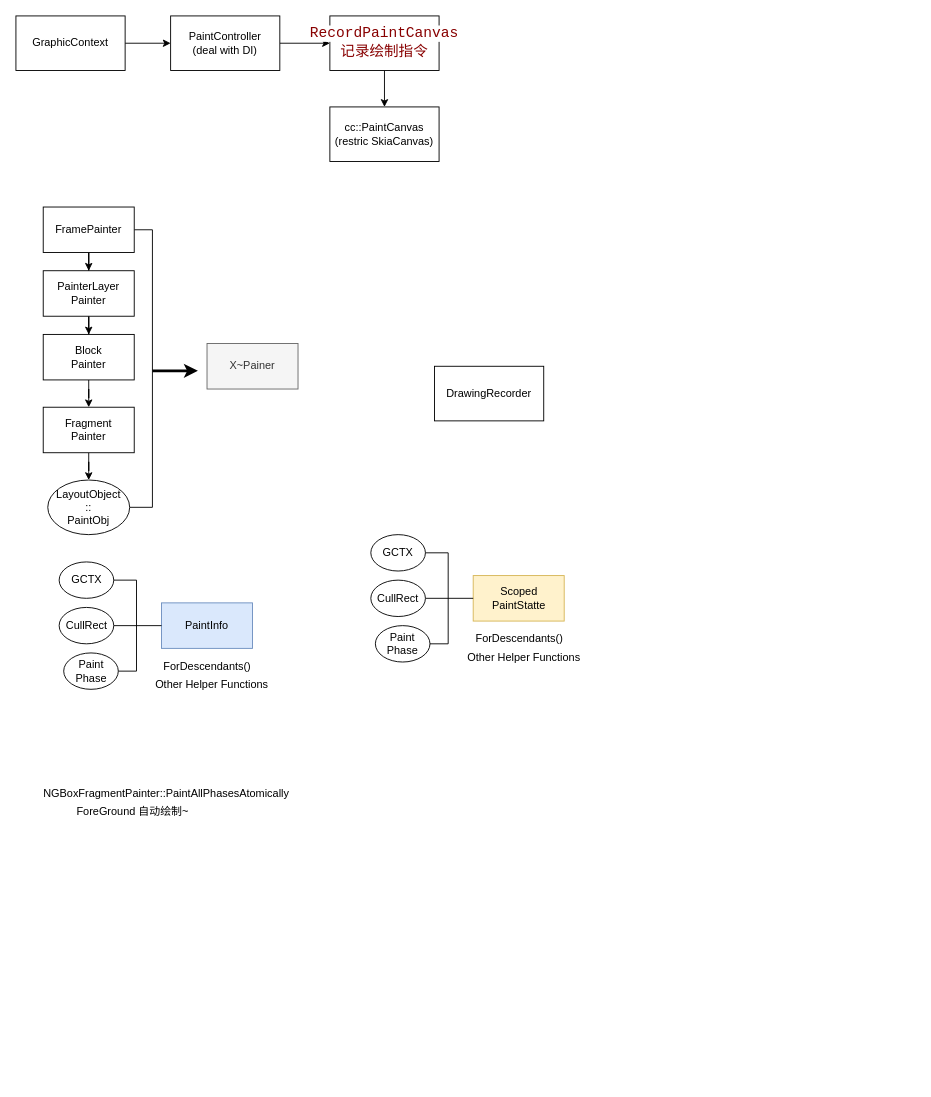
This is page "Painter" (6 of 6) of blink_cc.drawio from trancx/blog, a draw.io file, before an edit. Source tidied: cells renumbered, new cells numbered last; positions are measured from the earlier drawing's top-left corner, leaving out a move shared by most shapes. Both pictures are drawn from the tidied source at 91%, with x=0, y=0 at pixel (15, 15).
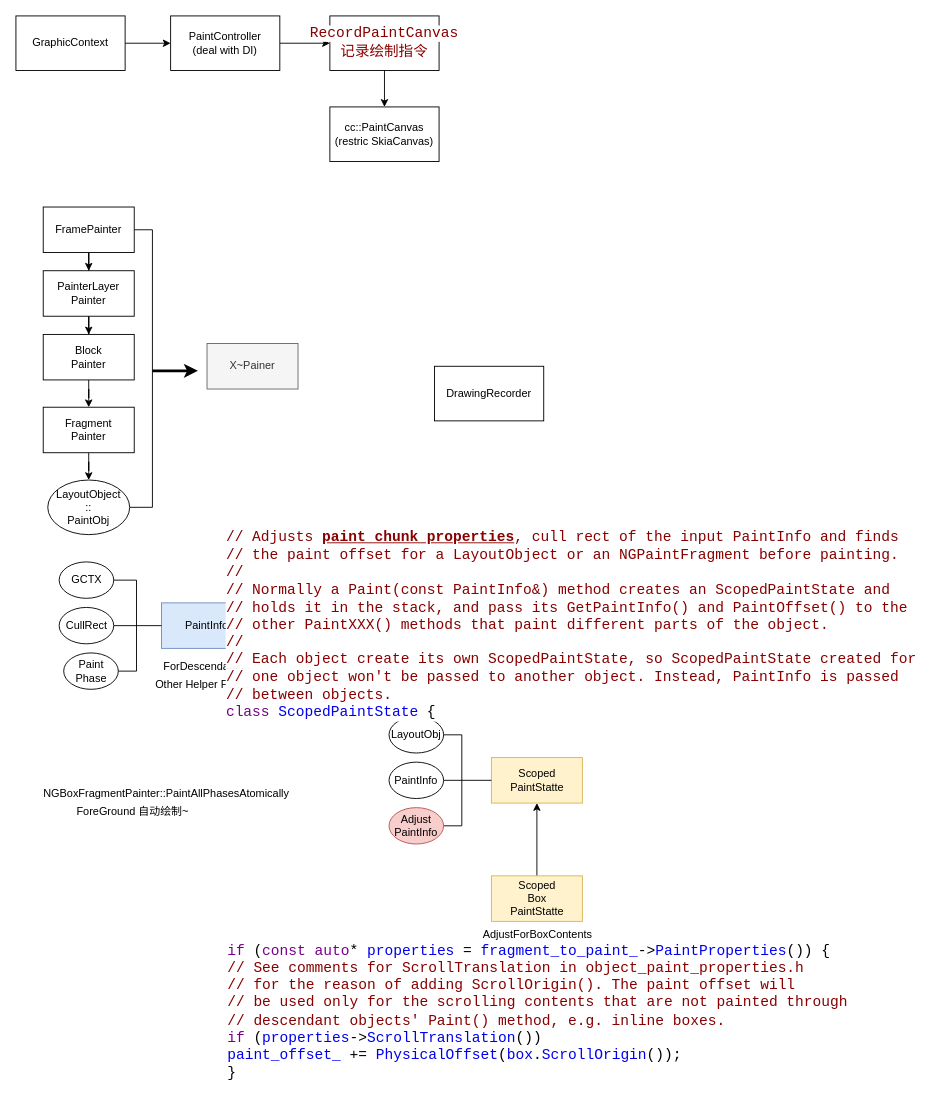
The same page after the edit.

Change to the diagram source:
```diff
@@
+    <mxCell id="40" style="edgeStyle=orthogonalEdgeStyle;rounded=0;jettySize=auto;html=1;fontFamily=Helvetica;fontSize=12;fontColor=default;endArrow=none;endFill=0;startArrow=classic;startFill=1;" parent="1" edge="1" source="32" target="42">
+      <mxGeometry relative="1" as="geometry" />
+    </mxCell>
     <mxCell id="32" value="Scoped&lt;br&gt;PaintStatte" style="whiteSpace=wrap;html=1;fillColor=#fff2cc;strokeColor=#d6b656;" parent="1" vertex="1">
-      <mxGeometry x="502.5" y="615" width="100" height="50" as="geometry" />
+      <mxGeometry x="522.5" y="815" width="100" height="50" as="geometry" />
     </mxCell>
@@
-    <mxCell id="34" value="GCTX" style="ellipse;whiteSpace=wrap;html=1;" parent="1" vertex="1">
-      <mxGeometry x="390" y="570" width="60" height="40" as="geometry" />
+    <mxCell id="34" value="LayoutObj" style="ellipse;whiteSpace=wrap;html=1;" parent="1" vertex="1">
+      <mxGeometry x="410" y="770" width="60" height="40" as="geometry" />
     </mxCell>
@@
-    <mxCell id="36" value="CullRect" style="ellipse;whiteSpace=wrap;html=1;" parent="1" vertex="1">
-      <mxGeometry x="390" y="620" width="60" height="40" as="geometry" />
+    <mxCell id="36" value="PaintInfo" style="ellipse;whiteSpace=wrap;html=1;" parent="1" vertex="1">
+      <mxGeometry x="410" y="820" width="60" height="40" as="geometry" />
     </mxCell>
-    <mxCell id="37" value="Paint&lt;br&gt;Phase" style="ellipse;whiteSpace=wrap;html=1;" parent="1" vertex="1">
-      <mxGeometry x="395" y="670" width="60" height="40" as="geometry" />
+    <mxCell id="37" value="Adjust&lt;br&gt;PaintInfo" style="ellipse;whiteSpace=wrap;html=1;fillColor=#f8cecc;strokeColor=#b85450;" parent="1" vertex="1">
+      <mxGeometry x="410" y="870" width="60" height="40" as="geometry" />
     </mxCell>
-    <mxCell id="38" value="ForDescendants()" style="text;html=1;align=center;verticalAlign=middle;strokeColor=none;fillColor=none;fontSize=12;fontFamily=Helvetica;fontColor=default;" parent="1" vertex="1">
-      <mxGeometry x="492.5" y="670" width="120" height="30" as="geometry" />
-    </mxCell>
-    <mxCell id="39" value="Other Helper Functions" style="text;html=1;align=center;verticalAlign=middle;strokeColor=none;fillColor=none;fontSize=12;fontFamily=Helvetica;fontColor=default;" parent="1" vertex="1">
-      <mxGeometry x="482.5" y="690" width="150" height="30" as="geometry" />
-    </mxCell>
+    <mxCell id="41" value="&lt;div style=&quot;margin: 0px; padding: 0px; box-sizing: border-box; border-color: var(--border); font-family: monospace; font-size: medium; text-align: start; background-color: rgb(255, 255, 255);&quot;&gt;&lt;span style=&quot;margin: 0px; padding: 0px; box-sizing: border-box; border-color: var(--border); color: rgb(136, 0, 0);&quot; class=&quot;cm-comment&quot;&gt;// Adjusts &lt;b&gt;&lt;u&gt;paint chunk properties&lt;/u&gt;&lt;/b&gt;, cull rect of the input PaintInfo and finds&lt;/span&gt;&lt;br&gt;&lt;/div&gt;&lt;div style=&quot;margin: 0px; padding: 0px; box-sizing: border-box; border-color: var(--border); font-family: monospace; font-size: medium; text-align: start; background-color: rgb(255, 255, 255);&quot;&gt;&lt;span style=&quot;margin: 0px; padding: 0px; box-sizing: border-box; border-color: var(--border); color: rgb(136, 0, 0);&quot; class=&quot;cm-comment&quot;&gt;// the paint offset for a LayoutObject or an NGPaintFragment before painting.&lt;/span&gt;&lt;br&gt;&lt;/div&gt;&lt;div style=&quot;margin: 0px; padding: 0px; box-sizing: border-box; border-color: var(--border); font-family: monospace; font-size: medium; text-align: start; background-color: rgb(255, 255, 255);&quot;&gt;&lt;span style=&quot;margin: 0px; padding: 0px; box-sizing: border-box; border-color: var(--border); color: rgb(136, 0, 0);&quot; class=&quot;cm-comment&quot;&gt;//&lt;/span&gt;&lt;br&gt;&lt;/div&gt;&lt;div style=&quot;margin: 0px; padding: 0px; box-sizing: border-box; border-color: var(--border); font-family: monospace; font-size: medium; text-align: start; background-color: rgb(255, 255, 255);&quot;&gt;&lt;span style=&quot;margin: 0px; padding: 0px; box-sizing: border-box; border-color: var(--border); color: rgb(136, 0, 0);&quot; class=&quot;cm-comment&quot;&gt;// Normally a Paint(const PaintInfo&amp;amp;) method creates an ScopedPaintState and&lt;/span&gt;&lt;br&gt;&lt;/div&gt;&lt;div style=&quot;margin: 0px; padding: 0px; box-sizing: border-box; border-color: var(--border); font-family: monospace; font-size: medium; text-align: start; background-color: rgb(255, 255, 255);&quot;&gt;&lt;span style=&quot;margin: 0px; padding: 0px; box-sizing: border-box; border-color: var(--border); color: rgb(136, 0, 0);&quot; class=&quot;cm-comment&quot;&gt;// holds it in the stack, and pass its GetPaintInfo() and PaintOffset() to the&lt;/span&gt;&lt;br&gt;&lt;/div&gt;&lt;div style=&quot;margin: 0px; padding: 0px; box-sizing: border-box; border-color: var(--border); font-family: monospace; font-size: medium; text-align: start; background-color: rgb(255, 255, 255);&quot;&gt;&lt;span style=&quot;margin: 0px; padding: 0px; box-sizing: border-box; border-color: var(--border); color: rgb(136, 0, 0);&quot; class=&quot;cm-comment&quot;&gt;// other PaintXXX() methods that paint different parts of the object.&lt;/span&gt;&lt;br&gt;&lt;/div&gt;&lt;div style=&quot;margin: 0px; padding: 0px; box-sizing: border-box; border-color: var(--border); font-family: monospace; font-size: medium; text-align: start; background-color: rgb(255, 255, 255);&quot;&gt;&lt;span style=&quot;margin: 0px; padding: 0px; box-sizing: border-box; border-color: var(--border); color: rgb(136, 0, 0);&quot; class=&quot;cm-comment&quot;&gt;//&lt;/span&gt;&lt;br&gt;&lt;/div&gt;&lt;div style=&quot;margin: 0px; padding: 0px; box-sizing: border-box; border-color: var(--border); font-family: monospace; font-size: medium; text-align: start; background-color: rgb(255, 255, 255);&quot;&gt;&lt;span style=&quot;margin: 0px; padding: 0px; box-sizing: border-box; border-color: var(--border); color: rgb(136, 0, 0);&quot; class=&quot;cm-comment&quot;&gt;// Each object create its own ScopedPaintState, so ScopedPaintState created for&lt;/span&gt;&lt;br&gt;&lt;/div&gt;&lt;div style=&quot;margin: 0px; padding: 0px; box-sizing: border-box; border-color: var(--border); font-family: monospace; font-size: medium; text-align: start; background-color: rgb(255, 255, 255);&quot;&gt;&lt;span style=&quot;margin: 0px; padding: 0px; box-sizing: border-box; border-color: var(--border); color: rgb(136, 0, 0);&quot; class=&quot;cm-comment&quot;&gt;// one object won't be passed to another object. Instead, PaintInfo is passed&lt;/span&gt;&lt;br&gt;&lt;/div&gt;&lt;div style=&quot;margin: 0px; padding: 0px; box-sizing: border-box; border-color: var(--border); font-family: monospace; font-size: medium; text-align: start; background-color: rgb(255, 255, 255);&quot;&gt;&lt;span style=&quot;margin: 0px; padding: 0px; box-sizing: border-box; border-color: var(--border); color: rgb(136, 0, 0);&quot; class=&quot;cm-comment&quot;&gt;// between objects.&lt;/span&gt;&lt;br&gt;&lt;/div&gt;&lt;div style=&quot;margin: 0px; padding: 0px; box-sizing: border-box; border-color: var(--border); font-family: monospace; font-size: medium; text-align: start; background-color: rgb(255, 255, 255);&quot;&gt;&lt;span style=&quot;margin: 0px; padding: 0px; box-sizing: border-box; border-color: var(--border); color: rgb(119, 0, 136);&quot; class=&quot;cm-keyword&quot;&gt;class&lt;/span&gt; &lt;a style=&quot;margin: 0px; padding: 0px; box-sizing: border-box; border-color: var(--border); text-decoration-line: none;&quot; href=&quot;https://source.chromium.org/chromium/chromium/src/+/main:third_party/blink/renderer/core/paint/scoped_paint_state.h;bpv=1;bpt=1;l=27?gsn=ScopedPaintState&amp;amp;gs=kythe%3A%2F%2Fchromium.googlesource.com%2Fchromium%2Fsrc%3Flang%3Dc%252B%252B%3Fpath%3Dthird_party%2Fblink%2Frenderer%2Fcore%2Fpaint%2Fscoped_paint_state.h%23ScopedPaintState%253Ablink%2523c%2523mExCJE6KPZx&amp;amp;gs=kythe%3A%2F%2Fchromium.googlesource.com%2Fchromium%2Fsrc%3Flang%3Dc%252B%252B%3Fpath%3Dthird_party%2Fblink%2Frenderer%2Fcore%2Fpaint%2Fng%2Fng_box_fragment_painter.h%23GeW8PZYrskxuuGyA5C75grDX2RUboTonSPxPx29ucxw&amp;amp;gs=kythe%3A%2F%2Fchromium.googlesource.com%2Fchromium%2Fsrc%3Flang%3Dc%252B%252B%3Fpath%3Dthird_party%2Fblink%2Frenderer%2Fcore%2Fpaint%2Fblock_painter.h%23ldaae-KhbkofMty4F6srwuAtVrVLd_ws_p0kscL7B_Q&amp;amp;gs=kythe%3A%2F%2Fchromium.googlesource.com%2Fchromium%2Fsrc%3Flang%3Dc%252B%252B%3Fpath%3Dthird_party%2Fblink%2Frenderer%2Fcore%2Fpaint%2Fscoped_paint_state.h%23s5ouwOG3mquK8BsBu8hDyOughQaBsCb4-EVRYuz8de0&quot; class=&quot;semantic-decoration&quot;&gt;ScopedPaintState&lt;/a&gt; {&lt;/div&gt;" style="text;html=1;align=center;verticalAlign=middle;strokeColor=none;fillColor=none;fontSize=12;fontFamily=Helvetica;fontColor=default;" parent="1" vertex="1">
+      <mxGeometry x="345" y="575" width="530" height="190" as="geometry" />
+    </mxCell>
+    <mxCell id="42" value="Scoped&lt;br&gt;Box&lt;br&gt;PaintStatte" style="whiteSpace=wrap;html=1;fillColor=#fff2cc;strokeColor=#d6b656;" parent="1" vertex="1">
+      <mxGeometry x="522.5" y="945" width="100" height="50" as="geometry" />
+    </mxCell>
+    <mxCell id="43" value="AdjustForBoxContents&lt;br&gt;" style="text;html=1;align=center;verticalAlign=middle;strokeColor=none;fillColor=none;fontSize=12;fontFamily=Helvetica;fontColor=default;" parent="1" vertex="1">
+      <mxGeometry x="502.5" y="995" width="140" height="30" as="geometry" />
+    </mxCell>
+    <mxCell id="44" value="&lt;div style=&quot;margin: 0px; padding: 0px; box-sizing: border-box; border-color: var(--border); font-family: monospace; font-size: medium; text-align: start; background-color: rgb(255, 255, 255);&quot;&gt;  &lt;span style=&quot;margin: 0px; padding: 0px; box-sizing: border-box; border-color: var(--border); color: rgb(119, 0, 136);&quot; class=&quot;cm-keyword&quot;&gt;if&lt;/span&gt; (&lt;span style=&quot;margin: 0px; padding: 0px; box-sizing: border-box; border-color: var(--border); color: rgb(119, 0, 136);&quot; class=&quot;cm-keyword&quot;&gt;const&lt;/span&gt; &lt;a style=&quot;margin: 0px; padding: 0px; box-sizing: border-box; border-color: var(--border); text-decoration-line: none;&quot; href=&quot;https://source.chromium.org/chromium/chromium/src/+/main:third_party/blink/renderer/core/paint/object_paint_properties.h;drc=1ea4dd46a47cf8f6f9cc347bae745c7b5e678947;bpv=1;bpt=1;l=40&quot; class=&quot;semantic-decoration&quot;&gt;&lt;span style=&quot;margin: 0px; padding: 0px; box-sizing: border-box; border-color: var(--border); color: rgb(119, 0, 136);&quot; class=&quot;cm-keyword&quot;&gt;auto&lt;/span&gt;&lt;/a&gt;* &lt;a style=&quot;margin: 0px; padding: 0px; box-sizing: border-box; border-color: var(--border); text-decoration-line: none;&quot; href=&quot;https://source.chromium.org/chromium/chromium/src/+/main:third_party/blink/renderer/core/paint/scoped_paint_state.cc;drc=1ea4dd46a47cf8f6f9cc347bae745c7b5e678947;bpv=1;bpt=1;l=126?gsn=properties&amp;amp;gs=kythe%3A%2F%2Fchromium.googlesource.com%2Fchromium%2Fsrc%3Flang%3Dc%252B%252B%3Fpath%3Dthird_party%2Fblink%2Frenderer%2Fcore%2Fpaint%2Fscoped_paint_state.cc%23D_IFg_pSnpaaJPT7lTBZbQc1r3w-hSbxwCxMnrmlSYU&quot; class=&quot;semantic-decoration&quot;&gt;properties&lt;/a&gt; = &lt;a style=&quot;margin: 0px; padding: 0px; box-sizing: border-box; border-color: var(--border); text-decoration-line: none;&quot; href=&quot;https://source.chromium.org/chromium/chromium/src/+/main:third_party/blink/renderer/core/paint/scoped_paint_state.h;drc=1ea4dd46a47cf8f6f9cc347bae745c7b5e678947;bpv=1;bpt=1;l=98&quot; class=&quot;semantic-decoration&quot;&gt;fragment_to_paint_&lt;/a&gt;-&amp;gt;&lt;a style=&quot;margin: 0px; padding: 0px; box-sizing: border-box; border-color: var(--border); text-decoration-line: none;&quot; href=&quot;https://source.chromium.org/chromium/chromium/src/+/main:third_party/blink/renderer/core/paint/fragment_data.h;drc=1ea4dd46a47cf8f6f9cc347bae745c7b5e678947;bpv=1;bpt=1;l=111&quot; class=&quot;semantic-decoration&quot;&gt;PaintProperties&lt;/a&gt;()) {&lt;br/&gt;&lt;/div&gt;&lt;div style=&quot;margin: 0px; padding: 0px; box-sizing: border-box; border-color: var(--border); font-family: monospace; font-size: medium; text-align: start; background-color: rgb(255, 255, 255);&quot;&gt;    &lt;span style=&quot;margin: 0px; padding: 0px; box-sizing: border-box; border-color: var(--border); color: rgb(136, 0, 0);&quot; class=&quot;cm-comment&quot;&gt;// See comments for ScrollTranslation in object_paint_properties.h&lt;/span&gt;&lt;br/&gt;&lt;/div&gt;&lt;div style=&quot;margin: 0px; padding: 0px; box-sizing: border-box; border-color: var(--border); font-family: monospace; font-size: medium; text-align: start; background-color: rgb(255, 255, 255);&quot;&gt;    &lt;span style=&quot;margin: 0px; padding: 0px; box-sizing: border-box; border-color: var(--border); color: rgb(136, 0, 0);&quot; class=&quot;cm-comment&quot;&gt;// for the reason of adding ScrollOrigin(). The paint offset will&lt;/span&gt;&lt;br/&gt;&lt;/div&gt;&lt;div style=&quot;margin: 0px; padding: 0px; box-sizing: border-box; border-color: var(--border); font-family: monospace; font-size: medium; text-align: start; background-color: rgb(255, 255, 255);&quot;&gt;    &lt;span style=&quot;margin: 0px; padding: 0px; box-sizing: border-box; border-color: var(--border); color: rgb(136, 0, 0);&quot; class=&quot;cm-comment&quot;&gt;// be used only for the scrolling contents that are not painted through&lt;/span&gt;&lt;br/&gt;&lt;/div&gt;&lt;div style=&quot;margin: 0px; padding: 0px; box-sizing: border-box; border-color: var(--border); font-family: monospace; font-size: medium; text-align: start; background-color: rgb(255, 255, 255);&quot;&gt;    &lt;span style=&quot;margin: 0px; padding: 0px; box-sizing: border-box; border-color: var(--border); color: rgb(136, 0, 0);&quot; class=&quot;cm-comment&quot;&gt;// descendant objects' Paint() method, e.g. inline boxes.&lt;/span&gt;&lt;br/&gt;&lt;/div&gt;&lt;div style=&quot;margin: 0px; padding: 0px; box-sizing: border-box; border-color: var(--border); font-family: monospace; font-size: medium; text-align: start; background-color: rgb(255, 255, 255);&quot;&gt;    &lt;span style=&quot;margin: 0px; padding: 0px; box-sizing: border-box; border-color: var(--border); color: rgb(119, 0, 136);&quot; class=&quot;cm-keyword&quot;&gt;if&lt;/span&gt; (&lt;a style=&quot;margin: 0px; padding: 0px; box-sizing: border-box; border-color: var(--border); text-decoration-line: none;&quot; href=&quot;https://source.chromium.org/chromium/chromium/src/+/main:third_party/blink/renderer/core/paint/scoped_paint_state.cc;drc=1ea4dd46a47cf8f6f9cc347bae745c7b5e678947;bpv=1;bpt=1;l=126&quot; class=&quot;semantic-decoration&quot;&gt;properties&lt;/a&gt;-&amp;gt;&lt;a style=&quot;margin: 0px; padding: 0px; box-sizing: border-box; border-color: var(--border); text-decoration-line: none;&quot; href=&quot;https://source.chromium.org/chromium/chromium/src/+/main:third_party/blink/renderer/core/paint/object_paint_properties.h;drc=1ea4dd46a47cf8f6f9cc347bae745c7b5e678947;bpv=1;bpt=1;l=184&quot; class=&quot;semantic-decoration&quot;&gt;ScrollTranslation&lt;/a&gt;())&lt;br/&gt;&lt;/div&gt;&lt;div style=&quot;margin: 0px; padding: 0px; box-sizing: border-box; border-color: var(--border); font-family: monospace; font-size: medium; text-align: start; background-color: rgb(255, 255, 255);&quot; tabindex=&quot;-1&quot; aria-current=&quot;true&quot;&gt;      &lt;a style=&quot;margin: 0px; padding: 0px; box-sizing: border-box; border-color: var(--border); text-decoration-line: none;&quot; href=&quot;https://source.chromium.org/chromium/chromium/src/+/main:third_party/blink/renderer/core/paint/scoped_paint_state.h;drc=1ea4dd46a47cf8f6f9cc347bae745c7b5e678947;bpv=1;bpt=1;l=100&quot; class=&quot;semantic-decoration&quot;&gt;paint_offset_&lt;/a&gt; += &lt;a style=&quot;margin: 0px; padding: 0px; box-sizing: border-box; border-color: var(--border); text-decoration-line: none;&quot; href=&quot;https://source.chromium.org/chromium/chromium/src/+/main:third_party/blink/renderer/core/layout/geometry/physical_offset.h;drc=1ea4dd46a47cf8f6f9cc347bae745c7b5e678947;bpv=1;bpt=1;l=103&quot; class=&quot;semantic-decoration&quot;&gt;PhysicalOffset&lt;/a&gt;(&lt;a style=&quot;margin: 0px; padding: 0px; box-sizing: border-box; border-color: var(--border); text-decoration-line: none;&quot; href=&quot;https://source.chromium.org/chromium/chromium/src/+/main:third_party/blink/renderer/core/paint/scoped_paint_state.cc;drc=1ea4dd46a47cf8f6f9cc347bae745c7b5e678947;bpv=1;bpt=1;l=113&quot; class=&quot;semantic-decoration&quot;&gt;box&lt;/a&gt;.&lt;a style=&quot;margin: 0px; padding: 0px; box-sizing: border-box; border-color: var(--border); text-decoration-line: none;&quot; href=&quot;https://source.chromium.org/chromium/chromium/src/+/main:third_party/blink/renderer/core/layout/layout_box.cc;drc=1ea4dd46a47cf8f6f9cc347bae745c7b5e678947;bpv=1;bpt=1;l=1971&quot; class=&quot;semantic-decoration&quot;&gt;ScrollOrigin&lt;/a&gt;());&lt;br/&gt;&lt;/div&gt;&lt;div style=&quot;margin: 0px; padding: 0px; box-sizing: border-box; border-color: var(--border); font-family: monospace; font-size: medium; text-align: start; background-color: rgb(255, 255, 255);&quot;&gt;  }&lt;/div&gt;" style="text;html=1;align=center;verticalAlign=middle;strokeColor=none;fillColor=none;fontSize=12;fontFamily=Helvetica;fontColor=default;" parent="1" vertex="1">
+      <mxGeometry x="332.5" y="1025" width="480" height="140" as="geometry" />
+    </mxCell>
```
